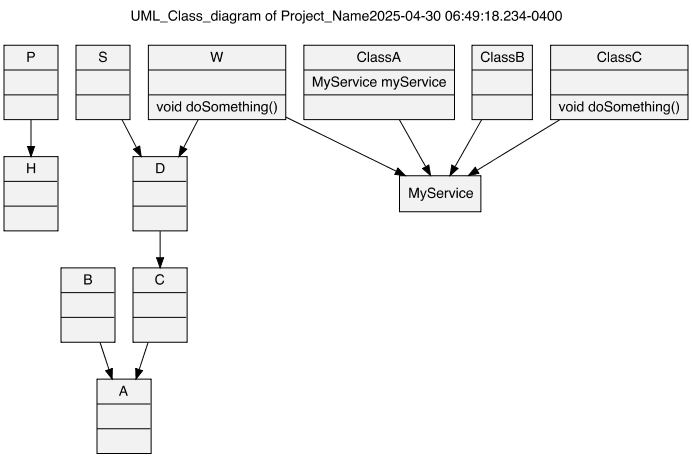
Above: Testing/classAnalyzer/ClassAnalyzer/uml_class_diagram.png in alejandrosubero/Unit_Test (Graphviz), before the change. Its source is kept beside it as Testing/classAnalyzer/ClassAnalyzer/uml_class_diagram.dot.
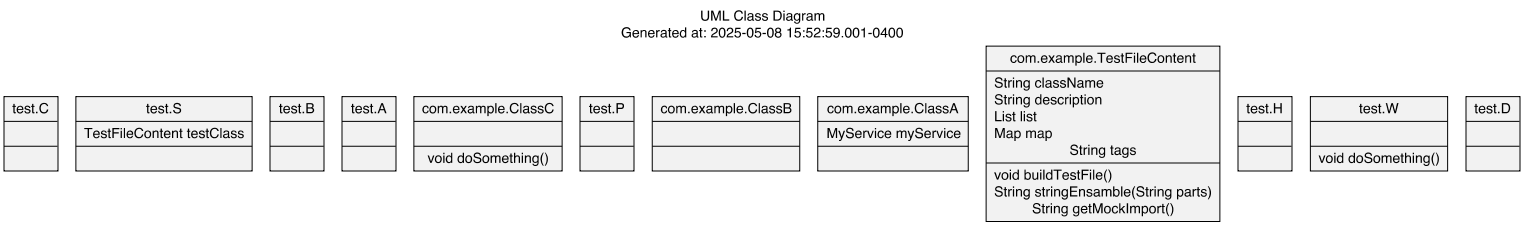
Later version of the same file.

Change to the diagram source:
```diff
@@ -1,26 +1,16 @@
 digraph "UML_Class_diagram" {
-graph ["label"="UML_Class_diagram of Project_Name2025-04-30 06:49:18.234 -0400\n\n","labelloc"="t","fontname"="Helvetica,Arial,sans-serif"]
+graph ["label"="UML Class Diagram\nGenerated at: 2025-05-08 15:52:59.001 -0400","labelloc"="t","fontname"="Helvetica,Arial,sans-serif"]
 node ["fontname"="Helvetica,Arial,sans-serif","shape"="record","style"="filled","fillcolor"="gray95"]
-"P" ["label"="{P||}"]
-"A" ["label"="{A||}"]
-"B" ["label"="{B||}"]
-"C" ["label"="{C||}"]
-"S" ["label"="{S||}"]
-"D" ["label"="{D||}"]
-"W" ["label"="{W||void doSomething()\l}"]
-"H" ["label"="{H||}"]
-"ClassA" ["label"="{ClassA|MyService myService\l|}"]
-"ClassB" ["label"="{ClassB||}"]
-"ClassC" ["label"="{ClassC||void doSomething()\l}"]
-"MyService" ["label"="{MyService}"]
-"P" -> "H"
-"B" -> "A"
-"C" -> "A"
-"S" -> "D"
-"D" -> "C"
-"W" -> "MyService"
-"W" -> "D"
-"ClassA" -> "MyService"
-"ClassB" -> "MyService"
-"ClassC" -> "MyService"
+"test.C" ["label"="{test.C||}"]
+"test.S" ["label"="{test.S|TestFileContent testClass|}"]
+"test.B" ["label"="{test.B||}"]
+"test.A" ["label"="{test.A||}"]
+"com.example.ClassC" ["label"="{com.example.ClassC||void doSomething()}"]
+"test.P" ["label"="{test.P||}"]
+"com.example.ClassB" ["label"="{com.example.ClassB||}"]
+"com.example.ClassA" ["label"="{com.example.ClassA|MyService myService|}"]
+"com.example.TestFileContent" ["label"="{com.example.TestFileContent|String className\lString description\lList list\lMap map\lString tags|void buildTestFile()\lString stringEnsamble(String parts)\lString getMockImport()}"]
+"test.H" ["label"="{test.H||}"]
+"test.W" ["label"="{test.W||void doSomething()}"]
+"test.D" ["label"="{test.D||}"]
 }
```
